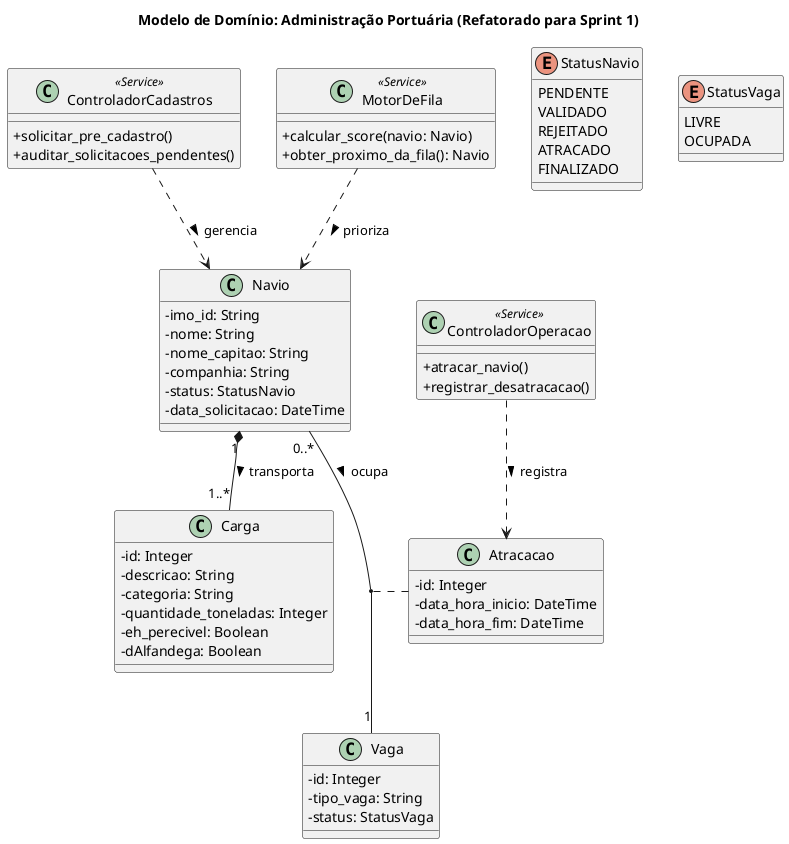
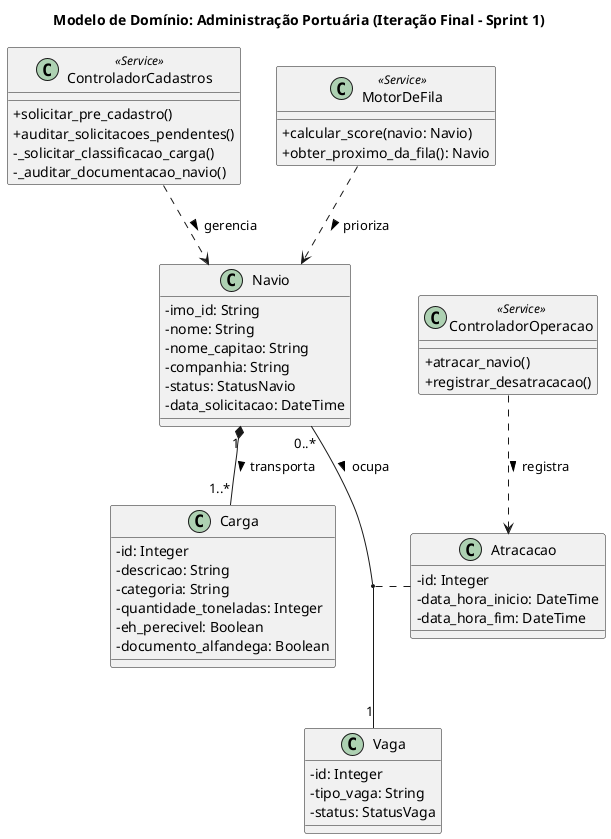
@startuml
- title Modelo de Domínio: Administração Portuária (Refatorado para Sprint 1)
+ title Modelo de Domínio: Administração Portuária (Iteração Final - Sprint 1)
skinparam classAttributeIconSize 0
- 
- enum StatusNavio {
-   PENDENTE
-   VALIDADO
-   REJEITADO
-   ATRACADO
-   FINALIZADO
- }
- 
- enum StatusVaga {
-   LIVRE
-   OCUPADA
- }

class Navio {
  - imo_id: String
  - nome: String
  - nome_capitao: String
  - companhia: String
  - status: StatusNavio
  - data_solicitacao: DateTime
}

class Carga {
  - id: Integer
  - descricao: String
  - categoria: String
  - quantidade_toneladas: Integer
  - eh_perecivel: Boolean
-   - dAlfandega: Boolean
+   - documento_alfandega: Boolean
}

class Vaga {
  - id: Integer
  - tipo_vaga: String
  - status: StatusVaga
}

class Atracacao {
  - id: Integer
  - data_hora_inicio: DateTime
  - data_hora_fim: DateTime
}

class ControladorCadastros <<Service>> {
  + solicitar_pre_cadastro()
  + auditar_solicitacoes_pendentes()
+   - _solicitar_classificacao_carga()
+   - _auditar_documentacao_navio()
}

class MotorDeFila <<Service>> {
  + calcular_score(navio: Navio)
  + obter_proximo_da_fila(): Navio
}

class ControladorOperacao <<Service>> {
  + atracar_navio()
  + registrar_desatracacao()
}

' Relacionamentos do Banco de Dados
Navio "1" *-- "1..*" Carga : transporta >
Navio "0..*" -- "1" Vaga : ocupa >
(Navio, Vaga) .. Atracacao

' Dependências das Camadas de Serviço
ControladorCadastros ..> Navio : gerencia >
MotorDeFila ..> Navio : prioriza >
ControladorOperacao ..> Atracacao : registra >

@enduml